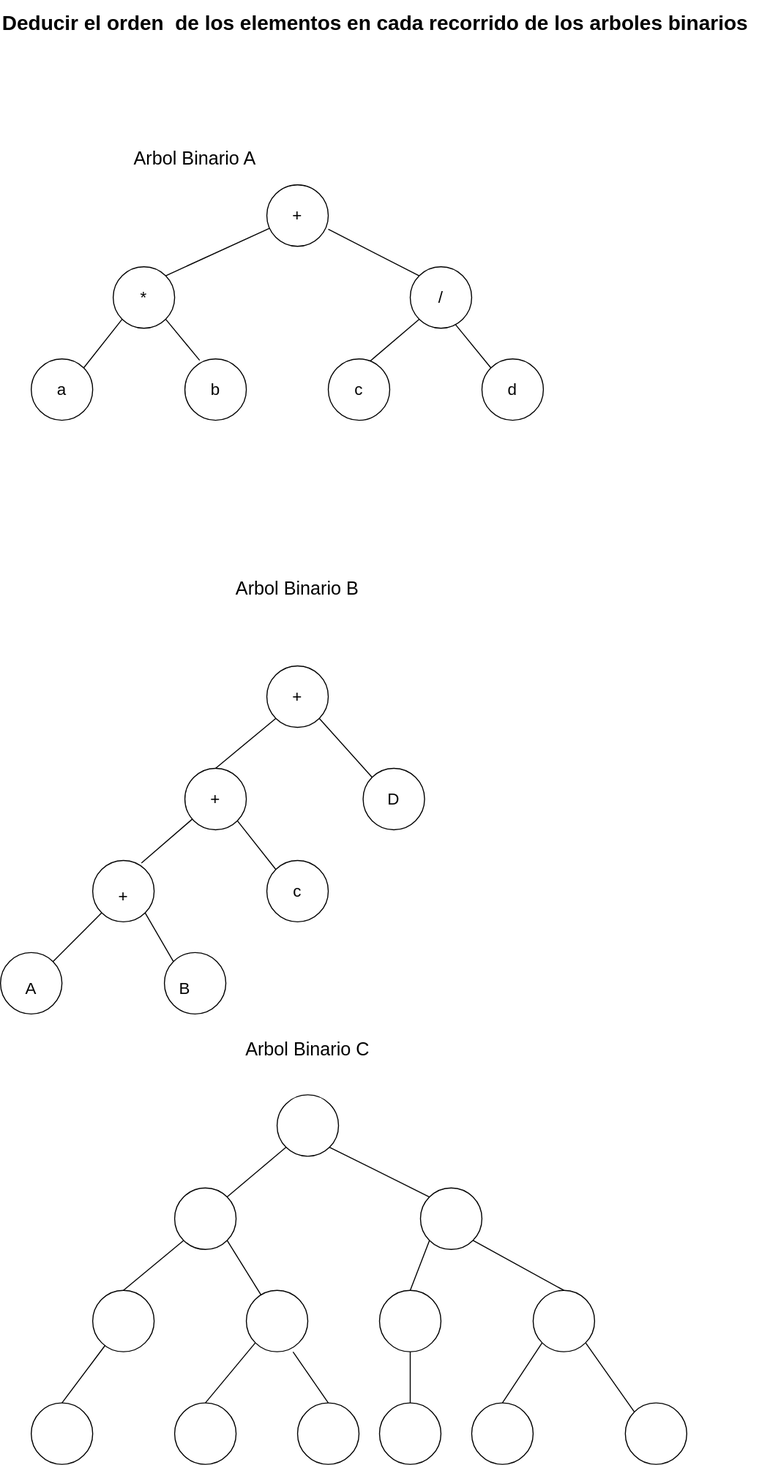
Before: Estructura-de-datos/Arboles/ejercicio-recorrido.drawio.svg, a diagram exported from draw.io (Nordcode-cyber/Algoritmos-Estructdatos). Source tidied: cells renumbered, new cells last; positions are measured from the earlier drawing's top-left corner, leaving out a move shared by most shapes.
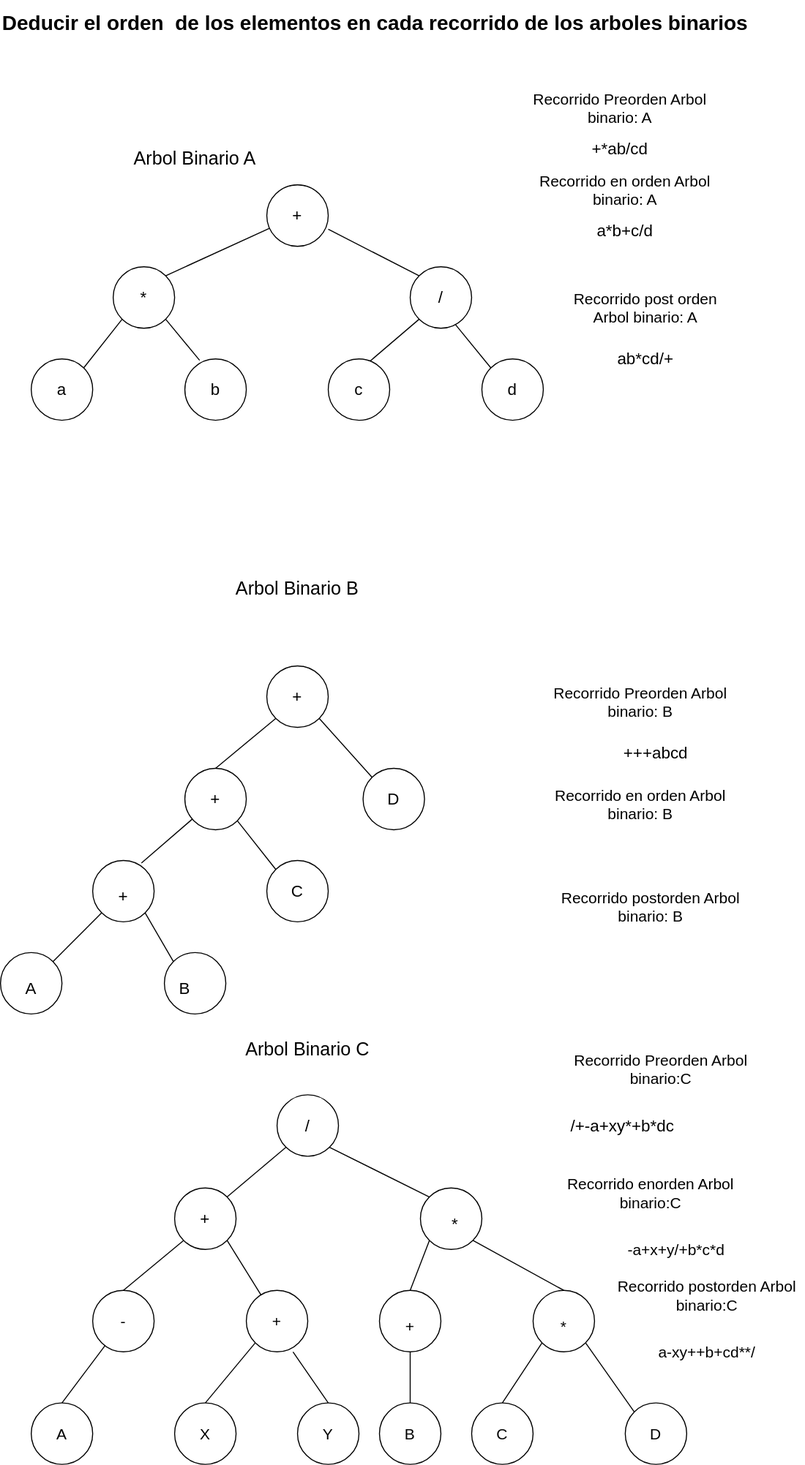
After the commit.

Change to the diagram source:
```diff
@@ -119,7 +119,7 @@
     <mxCell id="40" value="&lt;font style=&quot;font-size: 16px; color: light-dark(rgb(0, 0, 0), rgb(102, 255, 102));&quot;&gt;D&lt;/font&gt;" style="text;html=1;align=center;verticalAlign=middle;whiteSpace=wrap;rounded=0;" parent="1" vertex="1">
       <mxGeometry x="354" y="765" width="60" height="30" as="geometry" />
     </mxCell>
-    <mxCell id="41" value="&lt;font style=&quot;font-size: 16px; color: light-dark(rgb(0, 0, 0), rgb(102, 255, 102));&quot;&gt;c&lt;/font&gt;" style="text;html=1;align=center;verticalAlign=middle;whiteSpace=wrap;rounded=0;" parent="1" vertex="1">
+    <mxCell id="41" value="&lt;font style=&quot;font-size: 16px; color: light-dark(rgb(0, 0, 0), rgb(102, 255, 102));&quot;&gt;C&lt;/font&gt;" style="text;html=1;align=center;verticalAlign=middle;whiteSpace=wrap;rounded=0;" parent="1" vertex="1">
       <mxGeometry x="260" y="855" width="60" height="30" as="geometry" />
     </mxCell>
     <mxCell id="42" value="&lt;font style=&quot;font-size: 16px; color: light-dark(rgb(0, 0, 0), rgb(102, 255, 102));&quot;&gt;A&lt;/font&gt;" style="text;html=1;align=center;verticalAlign=middle;whiteSpace=wrap;rounded=0;" parent="1" vertex="1">
@@ -209,5 +209,98 @@
     <mxCell id="70" style="endArrow=none;html=1;exitX=0.5;exitY=0;exitDx=0;exitDy=0;entryX=0.76;entryY=1.003;entryDx=0;entryDy=0;entryPerimeter=0;" parent="1" edge="1" source="55" target="50">
       <mxGeometry relative="1" as="geometry" />
     </mxCell>
+    <mxCell id="71" value="&lt;font style=&quot;color: light-dark(rgb(0, 0, 0), rgb(102, 255, 102)); font-size: 16px;&quot;&gt;/&lt;/font&gt;" style="text;html=1;align=center;verticalAlign=middle;whiteSpace=wrap;rounded=0;" parent="1" vertex="1">
+      <mxGeometry x="270" y="1084" width="60" height="30" as="geometry" />
+    </mxCell>
+    <mxCell id="72" value="&lt;font style=&quot;color: light-dark(rgb(0, 0, 0), rgb(102, 255, 102)); font-size: 16px;&quot;&gt;+&lt;/font&gt;" style="text;html=1;align=center;verticalAlign=middle;whiteSpace=wrap;rounded=0;" parent="1" vertex="1">
+      <mxGeometry x="170" y="1175" width="60" height="30" as="geometry" />
+    </mxCell>
+    <mxCell id="73" value="&lt;font style=&quot;color: light-dark(rgb(0, 0, 0), rgb(102, 255, 102)); font-size: 16px;&quot;&gt;*&lt;/font&gt;" style="text;html=1;align=center;verticalAlign=middle;whiteSpace=wrap;rounded=0;" parent="1" vertex="1">
+      <mxGeometry x="414" y="1180" width="60" height="30" as="geometry" />
+    </mxCell>
+    <mxCell id="74" value="&lt;font style=&quot;font-size: 15px; color: light-dark(rgb(0, 0, 0), rgb(102, 255, 102));&quot;&gt;-&lt;/font&gt;" style="text;html=1;align=center;verticalAlign=middle;whiteSpace=wrap;rounded=0;" parent="1" vertex="1">
+      <mxGeometry x="90" y="1275" width="60" height="30" as="geometry" />
+    </mxCell>
+    <mxCell id="75" value="&lt;font style=&quot;font-size: 15px; color: light-dark(rgb(0, 0, 0), rgb(102, 255, 102));&quot;&gt;+&lt;/font&gt;" style="text;html=1;align=center;verticalAlign=middle;whiteSpace=wrap;rounded=0;" parent="1" vertex="1">
+      <mxGeometry x="240" y="1275" width="60" height="30" as="geometry" />
+    </mxCell>
+    <mxCell id="76" value="&lt;font style=&quot;font-size: 15px; color: light-dark(rgb(0, 0, 0), rgb(102, 255, 102));&quot;&gt;+&lt;/font&gt;" style="text;html=1;align=center;verticalAlign=middle;whiteSpace=wrap;rounded=0;" parent="1" vertex="1">
+      <mxGeometry x="370" y="1280" width="60" height="30" as="geometry" />
+    </mxCell>
+    <mxCell id="77" value="&lt;font style=&quot;font-size: 15px; color: light-dark(rgb(0, 0, 0), rgb(102, 255, 102));&quot;&gt;*&lt;/font&gt;" style="text;html=1;align=center;verticalAlign=middle;whiteSpace=wrap;rounded=0;" parent="1" vertex="1">
+      <mxGeometry x="520" y="1280" width="60" height="30" as="geometry" />
+    </mxCell>
+    <mxCell id="78" value="&lt;font style=&quot;font-size: 15px; color: light-dark(rgb(0, 0, 0), rgb(102, 255, 102));&quot;&gt;A&lt;/font&gt;" style="text;html=1;align=center;verticalAlign=middle;whiteSpace=wrap;rounded=0;" parent="1" vertex="1">
+      <mxGeometry x="30" y="1385" width="60" height="30" as="geometry" />
+    </mxCell>
+    <mxCell id="79" value="&lt;font style=&quot;font-size: 15px; color: light-dark(rgb(0, 0, 0), rgb(102, 255, 102));&quot;&gt;X&lt;/font&gt;" style="text;html=1;align=center;verticalAlign=middle;whiteSpace=wrap;rounded=0;" parent="1" vertex="1">
+      <mxGeometry x="170" y="1385" width="60" height="30" as="geometry" />
+    </mxCell>
+    <mxCell id="80" value="&lt;font style=&quot;font-size: 15px; color: light-dark(rgb(0, 0, 0), rgb(102, 255, 102));&quot;&gt;Y&lt;/font&gt;" style="text;html=1;align=center;verticalAlign=middle;whiteSpace=wrap;rounded=0;" parent="1" vertex="1">
+      <mxGeometry x="290" y="1385" width="60" height="30" as="geometry" />
+    </mxCell>
+    <mxCell id="81" value="&lt;font style=&quot;font-size: 15px; color: light-dark(rgb(0, 0, 0), rgb(102, 255, 102));&quot;&gt;B&lt;/font&gt;" style="text;html=1;align=center;verticalAlign=middle;whiteSpace=wrap;rounded=0;" parent="1" vertex="1">
+      <mxGeometry x="370" y="1385" width="60" height="30" as="geometry" />
+    </mxCell>
+    <mxCell id="82" value="&lt;font style=&quot;font-size: 15px; color: light-dark(rgb(0, 0, 0), rgb(102, 255, 102));&quot;&gt;C&lt;/font&gt;" style="text;html=1;align=center;verticalAlign=middle;whiteSpace=wrap;rounded=0;" parent="1" vertex="1">
+      <mxGeometry x="460" y="1385" width="60" height="30" as="geometry" />
+    </mxCell>
+    <mxCell id="83" value="&lt;font style=&quot;font-size: 15px; color: light-dark(rgb(0, 0, 0), rgb(102, 255, 102));&quot;&gt;D&lt;/font&gt;" style="text;html=1;align=center;verticalAlign=middle;whiteSpace=wrap;rounded=0;" parent="1" vertex="1">
+      <mxGeometry x="610" y="1385" width="60" height="30" as="geometry" />
+    </mxCell>
+    <mxCell id="84" value="&lt;font style=&quot;font-size: 15px; color: light-dark(rgb(0, 0, 0), rgb(102, 255, 102));&quot;&gt;Recorrido Preorden Arbol binario: A&lt;/font&gt;" style="text;html=1;align=center;verticalAlign=middle;whiteSpace=wrap;rounded=0;" parent="1" vertex="1">
+      <mxGeometry x="510" y="80" width="190" height="50" as="geometry" />
+    </mxCell>
+    <mxCell id="85" value="&lt;font style=&quot;font-size: 16px; color: light-dark(rgb(0, 0, 0), rgb(204, 0, 0));&quot;&gt;+*ab/cd&lt;/font&gt;" style="text;html=1;align=center;verticalAlign=middle;whiteSpace=wrap;rounded=0;" parent="1" vertex="1">
+      <mxGeometry x="575" y="130" width="60" height="30" as="geometry" />
+    </mxCell>
+    <mxCell id="86" value="&lt;font style=&quot;font-size: 15px; color: light-dark(rgb(0, 0, 0), rgb(102, 255, 102));&quot;&gt;Recorrido en orden Arbol binario: A&lt;/font&gt;" style="text;html=1;align=center;verticalAlign=middle;whiteSpace=wrap;rounded=0;" parent="1" vertex="1">
+      <mxGeometry x="520" y="160" width="180" height="50" as="geometry" />
+    </mxCell>
+    <mxCell id="87" value="&lt;font style=&quot;font-size: 16px; color: light-dark(rgb(0, 0, 0), rgb(204, 0, 0));&quot;&gt;a*b+c/d&lt;/font&gt;" style="text;html=1;align=center;verticalAlign=middle;whiteSpace=wrap;rounded=0;" parent="1" vertex="1">
+      <mxGeometry x="580" y="210" width="60" height="30" as="geometry" />
+    </mxCell>
+    <mxCell id="88" value="&lt;font style=&quot;font-size: 15px; color: light-dark(rgb(0, 0, 0), rgb(102, 255, 102));&quot;&gt;Recorrido post orden Arbol binario: A&lt;/font&gt;" style="text;html=1;align=center;verticalAlign=middle;whiteSpace=wrap;rounded=0;" parent="1" vertex="1">
+      <mxGeometry x="540" y="275" width="180" height="50" as="geometry" />
+    </mxCell>
+    <mxCell id="89" value="&lt;font style=&quot;font-size: 16px; color: light-dark(rgb(0, 0, 0), rgb(204, 0, 0));&quot;&gt;ab*cd/+&lt;/font&gt;" style="text;html=1;align=center;verticalAlign=middle;whiteSpace=wrap;rounded=0;" parent="1" vertex="1">
+      <mxGeometry x="600" y="335" width="60" height="30" as="geometry" />
+    </mxCell>
+    <mxCell id="90" value="&lt;font style=&quot;font-size: 15px; color: light-dark(rgb(0, 0, 0), rgb(102, 255, 102));&quot;&gt;Recorrido Preorden Arbol binario: B&lt;/font&gt;" style="text;html=1;align=center;verticalAlign=middle;whiteSpace=wrap;rounded=0;" parent="1" vertex="1">
+      <mxGeometry x="530" y="660" width="190" height="50" as="geometry" />
+    </mxCell>
+    <mxCell id="91" value="&lt;font style=&quot;font-size: 16px; color: light-dark(rgb(0, 0, 0), rgb(204, 0, 0));&quot;&gt;+++abcd&lt;/font&gt;" style="text;html=1;align=center;verticalAlign=middle;whiteSpace=wrap;rounded=0;" parent="1" vertex="1">
+      <mxGeometry x="600" y="720" width="80" height="30" as="geometry" />
+    </mxCell>
+    <mxCell id="92" value="&lt;font style=&quot;font-size: 15px; color: light-dark(rgb(0, 0, 0), rgb(102, 255, 102));&quot;&gt;Recorrido en orden Arbol binario: B&lt;/font&gt;" style="text;html=1;align=center;verticalAlign=middle;whiteSpace=wrap;rounded=0;" parent="1" vertex="1">
+      <mxGeometry x="530" y="760" width="190" height="50" as="geometry" />
+    </mxCell>
+    <mxCell id="93" value="&lt;font style=&quot;color: light-dark(transparent, rgb(204, 0, 0)); font-size: 16px;&quot;&gt;a+b+c+d&lt;/font&gt;" style="text;html=1;align=center;verticalAlign=middle;whiteSpace=wrap;rounded=0;" parent="1" vertex="1">
+      <mxGeometry x="590" y="810" width="80" height="30" as="geometry" />
+    </mxCell>
+    <mxCell id="94" value="&lt;font style=&quot;font-size: 15px; color: light-dark(rgb(0, 0, 0), rgb(102, 255, 102));&quot;&gt;Recorrido postorden Arbol binario: B&lt;/font&gt;" style="text;html=1;align=center;verticalAlign=middle;whiteSpace=wrap;rounded=0;" parent="1" vertex="1">
+      <mxGeometry x="540" y="860" width="190" height="50" as="geometry" />
+    </mxCell>
+    <mxCell id="95" value="&lt;font style=&quot;color: light-dark(transparent, rgb(204, 0, 0)); font-size: 16px;&quot;&gt;a+b+c+d+&lt;/font&gt;" style="text;html=1;align=center;verticalAlign=middle;whiteSpace=wrap;rounded=0;" parent="1" vertex="1">
+      <mxGeometry x="595" y="910" width="80" height="30" as="geometry" />
+    </mxCell>
+    <mxCell id="96" value="&lt;font style=&quot;font-size: 15px; color: light-dark(rgb(0, 0, 0), rgb(102, 255, 102));&quot;&gt;Recorrido Preorden Arbol binario:C&lt;/font&gt;" style="text;html=1;align=center;verticalAlign=middle;whiteSpace=wrap;rounded=0;" parent="1" vertex="1">
+      <mxGeometry x="550" y="1019" width="190" height="50" as="geometry" />
+    </mxCell>
+    <mxCell id="97" value="&lt;font style=&quot;color: light-dark(rgb(0, 0, 0), rgb(204, 0, 0)); font-size: 16px;&quot;&gt;/+-a+xy*+b*dc&lt;/font&gt;" style="text;html=1;align=center;verticalAlign=middle;whiteSpace=wrap;rounded=0;" parent="1" vertex="1">
+      <mxGeometry x="540" y="1084" width="135" height="30" as="geometry" />
+    </mxCell>
+    <mxCell id="98" value="&lt;font style=&quot;font-size: 15px; color: light-dark(rgb(0, 0, 0), rgb(102, 255, 102));&quot;&gt;Recorrido enorden Arbol binario:C&lt;/font&gt;" style="text;html=1;align=center;verticalAlign=middle;whiteSpace=wrap;rounded=0;" parent="1" vertex="1">
+      <mxGeometry x="540" y="1140" width="190" height="50" as="geometry" />
+    </mxCell>
+    <mxCell id="99" value="&lt;font style=&quot;font-size: 15px; color: light-dark(rgb(0, 0, 0), rgb(204, 0, 0));&quot;&gt;-a+x+y/+b*c*d&lt;/font&gt;" style="text;html=1;align=center;verticalAlign=middle;whiteSpace=wrap;rounded=0;" parent="1" vertex="1">
+      <mxGeometry x="590" y="1205" width="140" height="30" as="geometry" />
+    </mxCell>
+    <mxCell id="100" value="&lt;font style=&quot;font-size: 15px; color: light-dark(rgb(0, 0, 0), rgb(102, 255, 102));&quot;&gt;Recorrido postorden Arbol binario:C&lt;/font&gt;" style="text;html=1;align=center;verticalAlign=middle;whiteSpace=wrap;rounded=0;" parent="1" vertex="1">
+      <mxGeometry x="595" y="1240" width="190" height="50" as="geometry" />
+    </mxCell>
+    <mxCell id="101" value="&lt;font style=&quot;font-size: 15px; color: light-dark(rgb(0, 0, 0), rgb(204, 0, 0));&quot;&gt;a-xy++b+cd**/&lt;/font&gt;" style="text;html=1;align=center;verticalAlign=middle;whiteSpace=wrap;rounded=0;" parent="1" vertex="1">
+      <mxGeometry x="620" y="1305" width="140" height="30" as="geometry" />
+    </mxCell>
   </root>
 </mxGraphModel>
```
